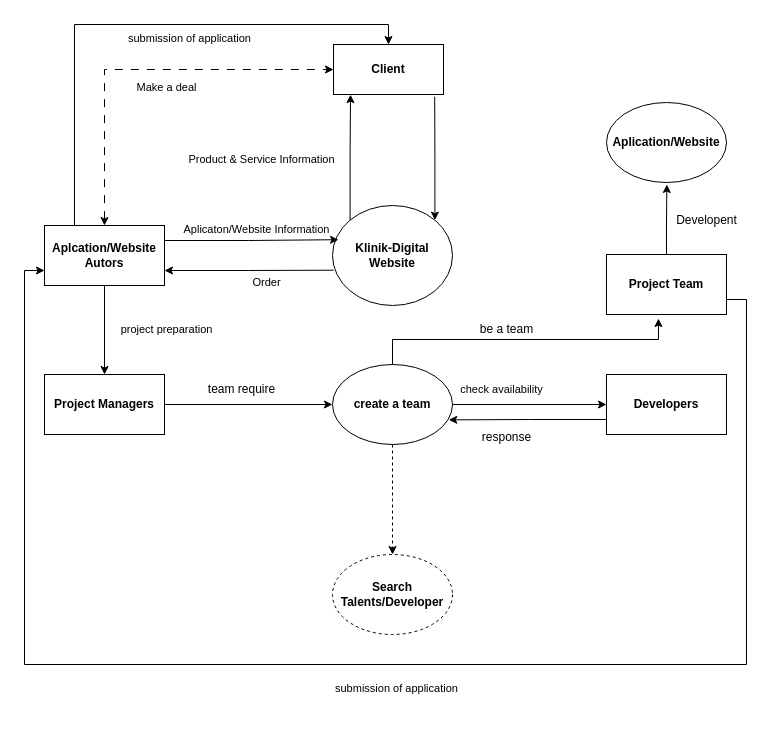
Earlier version of the draw.io diagram DFD-Klinik-Digital-lvl2.drawio (rrahmatn/dfd_erd_uml). Source tidied: cells renumbered, new cells numbered last; positions are measured from the earlier drawing's top-left corner, leaving out a move shared by most shapes. Both pictures are drawn from the tidied source at 100%, with x=0, y=0 at pixel (24, 24).
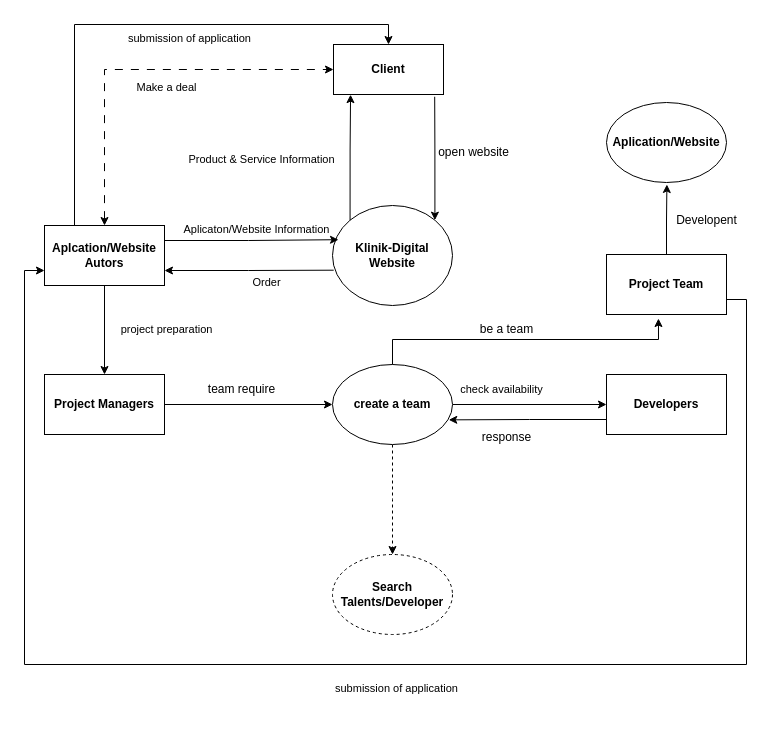
After the change.

Diff of the diagram source:
```diff
@@
+    <mxCell id="37" value="open website" style="text;html=1;align=center;verticalAlign=middle;strokeColor=none;fillColor=none;" parent="1" vertex="1">
+      <mxGeometry x="404" y="113" width="90" height="30" as="geometry" />
+    </mxCell>
```
